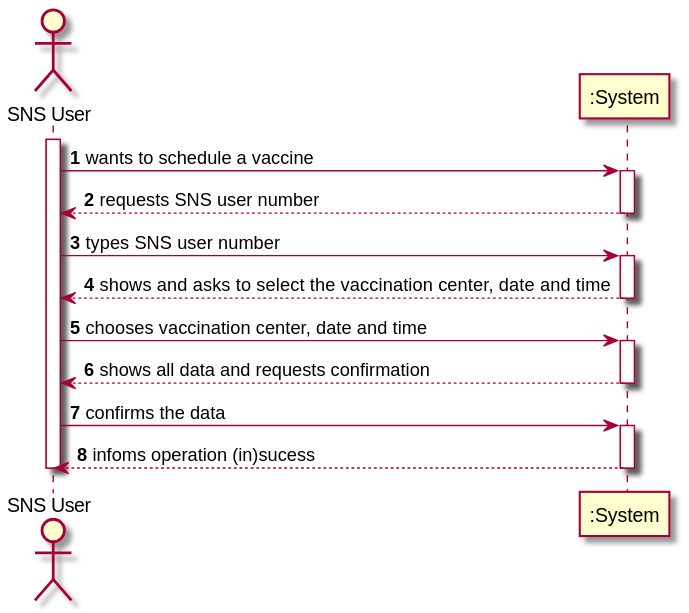
The PlantUML diagram docs/SprintC/US1/US1_SSD.svg in diogonapoles/isep-lapr2, before a commit.
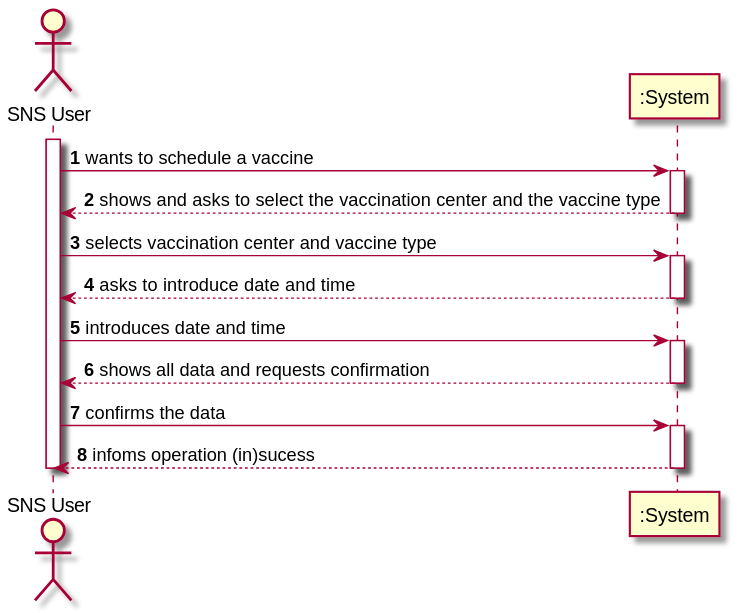
The same file after the commit.

Diff of the diagram source:
```diff
@@ -7,15 +7,15 @@
 activate User
 User -> ":System" : wants to schedule a vaccine
 activate ":System"
-":System" --> User : requests SNS user number
+":System" --> User : shows and asks to select the vaccination center and the vaccine type
 deactivate ":System"
 
-User -> ":System" : types SNS user number
+User -> ":System" : selects vaccination center and vaccine type
 activate ":System"
-":System" --> User : shows and asks to select the vaccination center, date and time
+":System" --> User : asks to introduce date and time
 deactivate ":System"
 
-User -> ":System" : chooses vaccination center, date and time
+User -> ":System" : introduces date and time
 activate ":System"
 ":System" --> User : shows all data and requests confirmation
 deactivate ":System"
```
